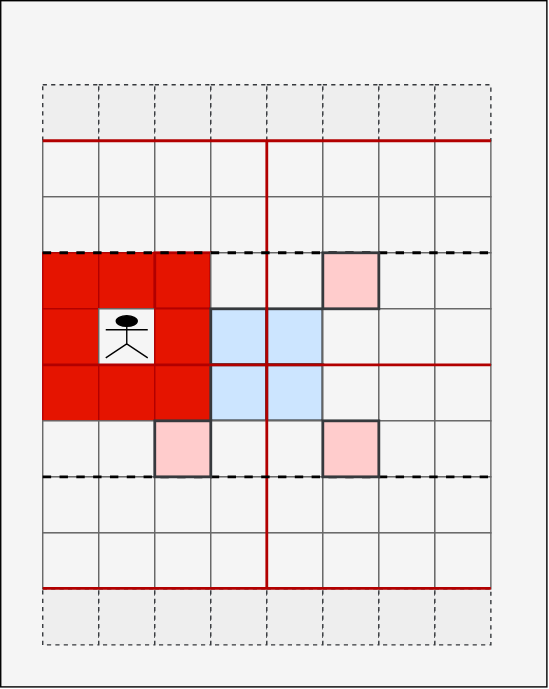
Above: docs/games/boardgames/chessault/_killzone1.drawio.svg in FullByte/FullByte.github.io (draw.io), before the change. Source tidied: cells renumbered, new cells last; positions are measured from the earlier drawing's top-left corner, leaving out a move shared by most shapes.
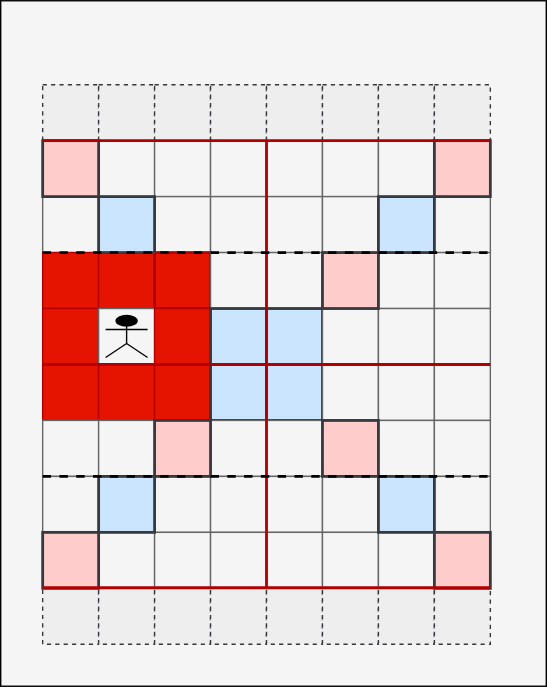
After the change.

The edit, as a diff of the source:
```diff
@@ -29,9 +29,6 @@
     <mxCell id="10" style="rounded=0;whiteSpace=wrap;html=1;fillColor=#eeeeee;strokeColor=#36393d;dashed=1;" parent="1" vertex="1">
       <mxGeometry x="310" y="60" width="40" height="40" as="geometry" />
     </mxCell>
-    <mxCell id="11" style="rounded=0;whiteSpace=wrap;html=1;fillColor=#f5f5f5;fontColor=#333333;strokeColor=#666666;" parent="1" vertex="1">
-      <mxGeometry x="30" y="100" width="40" height="40" as="geometry" />
-    </mxCell>
     <mxCell id="12" style="rounded=0;whiteSpace=wrap;html=1;fillColor=#f5f5f5;fontColor=#333333;strokeColor=#666666;" parent="1" vertex="1">
       <mxGeometry x="70" y="100" width="40" height="40" as="geometry" />
     </mxCell>
@@ -50,15 +47,9 @@
     <mxCell id="17" style="rounded=0;whiteSpace=wrap;html=1;fillColor=#f5f5f5;fontColor=#333333;strokeColor=#666666;" parent="1" vertex="1">
       <mxGeometry x="270" y="100" width="40" height="40" as="geometry" />
     </mxCell>
-    <mxCell id="18" style="rounded=0;whiteSpace=wrap;html=1;fillColor=#f5f5f5;fontColor=#333333;strokeColor=#666666;" parent="1" vertex="1">
-      <mxGeometry x="310" y="100" width="40" height="40" as="geometry" />
-    </mxCell>
     <mxCell id="19" style="rounded=0;whiteSpace=wrap;html=1;fillColor=#f5f5f5;fontColor=#333333;strokeColor=#666666;" parent="1" vertex="1">
       <mxGeometry x="30" y="140" width="40" height="40" as="geometry" />
     </mxCell>
-    <mxCell id="20" style="rounded=0;whiteSpace=wrap;html=1;fillColor=#f5f5f5;fontColor=#333333;strokeColor=#666666;" parent="1" vertex="1">
-      <mxGeometry x="70" y="140" width="40" height="40" as="geometry" />
-    </mxCell>
     <mxCell id="21" style="rounded=0;whiteSpace=wrap;html=1;fillColor=#f5f5f5;fontColor=#333333;strokeColor=#666666;" parent="1" vertex="1">
       <mxGeometry x="110" y="140" width="40" height="40" as="geometry" />
     </mxCell>
@@ -71,9 +62,6 @@
     <mxCell id="24" style="rounded=0;whiteSpace=wrap;html=1;fillColor=#f5f5f5;fontColor=#333333;strokeColor=#666666;" parent="1" vertex="1">
       <mxGeometry x="230" y="140" width="40" height="40" as="geometry" />
     </mxCell>
-    <mxCell id="25" style="rounded=0;whiteSpace=wrap;html=1;fillColor=#f5f5f5;fontColor=#333333;strokeColor=#666666;" parent="1" vertex="1">
-      <mxGeometry x="270" y="140" width="40" height="40" as="geometry" />
-    </mxCell>
     <mxCell id="26" style="rounded=0;whiteSpace=wrap;html=1;fillColor=#f5f5f5;fontColor=#333333;strokeColor=#666666;" parent="1" vertex="1">
       <mxGeometry x="310" y="140" width="40" height="40" as="geometry" />
     </mxCell>
@@ -167,9 +155,6 @@
     <mxCell id="56" style="rounded=0;whiteSpace=wrap;html=1;fillColor=#f5f5f5;fontColor=#333333;strokeColor=#666666;" parent="1" vertex="1">
       <mxGeometry x="30" y="340" width="40" height="40" as="geometry" />
     </mxCell>
-    <mxCell id="57" style="rounded=0;whiteSpace=wrap;html=1;fillColor=#f5f5f5;fontColor=#333333;strokeColor=#666666;" parent="1" vertex="1">
-      <mxGeometry x="70" y="340" width="40" height="40" as="geometry" />
-    </mxCell>
     <mxCell id="58" style="rounded=0;whiteSpace=wrap;html=1;fillColor=#f5f5f5;fontColor=#333333;strokeColor=#666666;" parent="1" vertex="1">
       <mxGeometry x="110" y="340" width="40" height="40" as="geometry" />
     </mxCell>
@@ -182,15 +167,9 @@
     <mxCell id="61" style="rounded=0;whiteSpace=wrap;html=1;fillColor=#f5f5f5;fontColor=#333333;strokeColor=#666666;" parent="1" vertex="1">
       <mxGeometry x="230" y="340" width="40" height="40" as="geometry" />
     </mxCell>
-    <mxCell id="62" style="rounded=0;whiteSpace=wrap;html=1;fillColor=#f5f5f5;fontColor=#333333;strokeColor=#666666;" parent="1" vertex="1">
-      <mxGeometry x="270" y="340" width="40" height="40" as="geometry" />
-    </mxCell>
     <mxCell id="63" style="rounded=0;whiteSpace=wrap;html=1;fillColor=#f5f5f5;fontColor=#333333;strokeColor=#666666;" parent="1" vertex="1">
       <mxGeometry x="310" y="340" width="40" height="40" as="geometry" />
     </mxCell>
-    <mxCell id="64" style="rounded=0;whiteSpace=wrap;html=1;fillColor=#f5f5f5;fontColor=#333333;strokeColor=#666666;" parent="1" vertex="1">
-      <mxGeometry x="30" y="380" width="40" height="40" as="geometry" />
-    </mxCell>
     <mxCell id="65" style="rounded=0;whiteSpace=wrap;html=1;fillColor=#f5f5f5;fontColor=#333333;strokeColor=#666666;" parent="1" vertex="1">
       <mxGeometry x="70" y="380" width="40" height="40" as="geometry" />
     </mxCell>
@@ -209,9 +188,6 @@
     <mxCell id="70" style="rounded=0;whiteSpace=wrap;html=1;fillColor=#f5f5f5;fontColor=#333333;strokeColor=#666666;" parent="1" vertex="1">
       <mxGeometry x="270" y="380" width="40" height="40" as="geometry" />
     </mxCell>
-    <mxCell id="71" style="rounded=0;whiteSpace=wrap;html=1;fillColor=#f5f5f5;fontColor=#333333;strokeColor=#666666;" parent="1" vertex="1">
-      <mxGeometry x="310" y="380" width="40" height="40" as="geometry" />
-    </mxCell>
     <mxCell id="72" style="rounded=0;whiteSpace=wrap;html=1;fillColor=#eeeeee;strokeColor=#36393d;dashed=1;" parent="1" vertex="1">
       <mxGeometry x="30" y="420" width="40" height="40" as="geometry" />
     </mxCell>
@@ -236,38 +212,11 @@
     <mxCell id="79" style="rounded=0;whiteSpace=wrap;html=1;fillColor=#eeeeee;strokeColor=#36393d;dashed=1;" parent="1" vertex="1">
       <mxGeometry x="310" y="420" width="40" height="40" as="geometry" />
     </mxCell>
-    <mxCell id="80" style="endArrow=none;html=1;entryX=1;entryY=0;entryDx=0;entryDy=0;exitX=0;exitY=0;exitDx=0;exitDy=0;fillColor=#e51400;strokeColor=#B20000;strokeWidth=2;" parent="1" edge="1" source="42" target="49">
-      <mxGeometry relative="1" as="geometry" />
-    </mxCell>
-    <mxCell id="81" style="endArrow=none;html=1;entryX=1;entryY=0;entryDx=0;entryDy=0;exitX=0;exitY=0;exitDx=0;exitDy=0;fillColor=#e51400;strokeColor=#B20000;strokeWidth=2;" parent="1" edge="1">
-      <mxGeometry relative="1" as="geometry">
-        <mxPoint x="30" y="419.6" as="sourcePoint" />
-        <mxPoint x="350" y="419.6" as="targetPoint" />
-      </mxGeometry>
-    </mxCell>
-    <mxCell id="82" style="endArrow=none;html=1;entryX=1;entryY=0;entryDx=0;entryDy=0;exitX=0;exitY=0;exitDx=0;exitDy=0;fillColor=#e51400;strokeColor=#B20000;strokeWidth=2;" parent="1" edge="1">
-      <mxGeometry relative="1" as="geometry">
-        <mxPoint x="30" y="100" as="sourcePoint" />
-        <mxPoint x="350" y="100" as="targetPoint" />
-      </mxGeometry>
-    </mxCell>
     <mxCell id="83" style="endArrow=none;html=1;entryX=0;entryY=1;entryDx=0;entryDy=0;fillColor=#e51400;strokeColor=#B20000;strokeWidth=2;" parent="1" edge="1" target="68">
       <mxGeometry relative="1" as="geometry">
         <mxPoint x="190" y="100" as="sourcePoint" />
       </mxGeometry>
     </mxCell>
-    <mxCell id="84" style="endArrow=none;html=1;entryX=1;entryY=0;entryDx=0;entryDy=0;exitX=0;exitY=0;exitDx=0;exitDy=0;strokeWidth=2;dashed=1;" parent="1" edge="1">
-      <mxGeometry relative="1" as="geometry">
-        <mxPoint x="30" y="340" as="sourcePoint" />
-        <mxPoint x="350" y="340" as="targetPoint" />
-      </mxGeometry>
-    </mxCell>
-    <mxCell id="85" style="endArrow=none;html=1;entryX=1;entryY=0;entryDx=0;entryDy=0;exitX=0;exitY=0;exitDx=0;exitDy=0;strokeWidth=2;dashed=1;" parent="1" edge="1">
-      <mxGeometry relative="1" as="geometry">
-        <mxPoint x="30" y="180" as="sourcePoint" />
-        <mxPoint x="350" y="180" as="targetPoint" />
-      </mxGeometry>
-    </mxCell>
     <mxCell id="86" style="shape=umlActor;verticalLabelPosition=bottom;verticalAlign=top;html=1;fillColor=#000000;strokeColor=#000000;" parent="1" vertex="1">
       <mxGeometry x="75" y="225" width="30" height="30" as="geometry" />
     </mxCell>
@@ -280,5 +229,56 @@
     <mxCell id="89" style="rounded=0;whiteSpace=wrap;html=1;fillColor=#ffcccc;strokeColor=#36393d;strokeWidth=2;" parent="1" vertex="1">
       <mxGeometry x="230" y="300" width="40" height="40" as="geometry" />
     </mxCell>
+    <mxCell id="90" style="rounded=0;whiteSpace=wrap;html=1;fillColor=#ffcccc;strokeColor=#36393d;strokeWidth=2;" parent="1" vertex="1">
+      <mxGeometry x="310" y="100" width="40" height="40" as="geometry" />
+    </mxCell>
+    <mxCell id="91" style="rounded=0;whiteSpace=wrap;html=1;fillColor=#cce5ff;strokeColor=#36393d;strokeWidth=2;" parent="1" vertex="1">
+      <mxGeometry x="270" y="140" width="40" height="40" as="geometry" />
+    </mxCell>
+    <mxCell id="92" style="rounded=0;whiteSpace=wrap;html=1;fillColor=#cce5ff;strokeColor=#36393d;strokeWidth=2;" parent="1" vertex="1">
+      <mxGeometry x="270" y="340" width="40" height="40" as="geometry" />
+    </mxCell>
+    <mxCell id="93" style="rounded=0;whiteSpace=wrap;html=1;fillColor=#ffcccc;strokeColor=#36393d;strokeWidth=2;" parent="1" vertex="1">
+      <mxGeometry x="310" y="380" width="40" height="40" as="geometry" />
+    </mxCell>
+    <mxCell id="94" style="rounded=0;whiteSpace=wrap;html=1;fillColor=#ffcccc;strokeColor=#36393d;strokeWidth=2;" parent="1" vertex="1">
+      <mxGeometry x="30" y="380" width="40" height="40" as="geometry" />
+    </mxCell>
+    <mxCell id="95" style="rounded=0;whiteSpace=wrap;html=1;fillColor=#cce5ff;strokeColor=#36393d;strokeWidth=2;" parent="1" vertex="1">
+      <mxGeometry x="70" y="340" width="40" height="40" as="geometry" />
+    </mxCell>
+    <mxCell id="96" style="rounded=0;whiteSpace=wrap;html=1;fillColor=#cce5ff;strokeColor=#36393d;strokeWidth=2;" parent="1" vertex="1">
+      <mxGeometry x="70" y="140" width="40" height="40" as="geometry" />
+    </mxCell>
+    <mxCell id="97" style="rounded=0;whiteSpace=wrap;html=1;fillColor=#ffcccc;strokeColor=#36393d;strokeWidth=2;" parent="1" vertex="1">
+      <mxGeometry x="30" y="100" width="40" height="40" as="geometry" />
+    </mxCell>
+    <mxCell id="82" style="endArrow=none;html=1;entryX=1;entryY=0;entryDx=0;entryDy=0;exitX=0;exitY=0;exitDx=0;exitDy=0;fillColor=#e51400;strokeColor=#B20000;strokeWidth=2;" parent="1" edge="1">
+      <mxGeometry relative="1" as="geometry">
+        <mxPoint x="30" y="100" as="sourcePoint" />
+        <mxPoint x="350" y="100" as="targetPoint" />
+      </mxGeometry>
+    </mxCell>
+    <mxCell id="80" style="endArrow=none;html=1;entryX=1;entryY=0;entryDx=0;entryDy=0;exitX=0;exitY=0;exitDx=0;exitDy=0;fillColor=#e51400;strokeColor=#B20000;strokeWidth=2;" parent="1" edge="1" source="42" target="49">
+      <mxGeometry relative="1" as="geometry" />
+    </mxCell>
+    <mxCell id="84" style="endArrow=none;html=1;entryX=1;entryY=0;entryDx=0;entryDy=0;exitX=0;exitY=0;exitDx=0;exitDy=0;strokeWidth=2;dashed=1;" parent="1" edge="1">
+      <mxGeometry relative="1" as="geometry">
+        <mxPoint x="30" y="340" as="sourcePoint" />
+        <mxPoint x="350" y="340" as="targetPoint" />
+      </mxGeometry>
+    </mxCell>
+    <mxCell id="81" style="endArrow=none;html=1;entryX=1;entryY=0;entryDx=0;entryDy=0;exitX=0;exitY=0;exitDx=0;exitDy=0;fillColor=#e51400;strokeColor=#B20000;strokeWidth=2;" parent="1" edge="1">
+      <mxGeometry relative="1" as="geometry">
+        <mxPoint x="30" y="419.6" as="sourcePoint" />
+        <mxPoint x="350" y="419.6" as="targetPoint" />
+      </mxGeometry>
+    </mxCell>
+    <mxCell id="85" style="endArrow=none;html=1;entryX=1;entryY=0;entryDx=0;entryDy=0;exitX=0;exitY=0;exitDx=0;exitDy=0;strokeWidth=2;dashed=1;" parent="1" edge="1">
+      <mxGeometry relative="1" as="geometry">
+        <mxPoint x="30" y="180" as="sourcePoint" />
+        <mxPoint x="350" y="180" as="targetPoint" />
+      </mxGeometry>
+    </mxCell>
   </root>
 </mxGraphModel>
```
